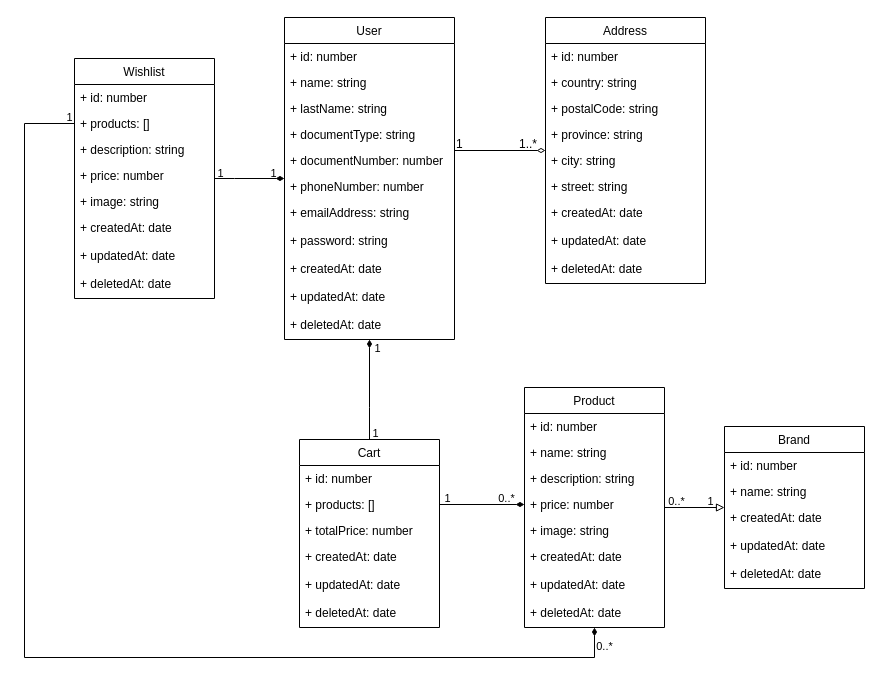
Above: docs/class-diagram.drawio in AlexisToranzoAR/e-commerce (draw.io), before the change. Source tidied: cells renumbered, new cells numbered last; positions are measured from the earlier drawing's top-left corner, leaving out a move shared by most shapes. Both pictures are drawn from the tidied source at 100%, with x=0, y=0 at pixel (24, 17).
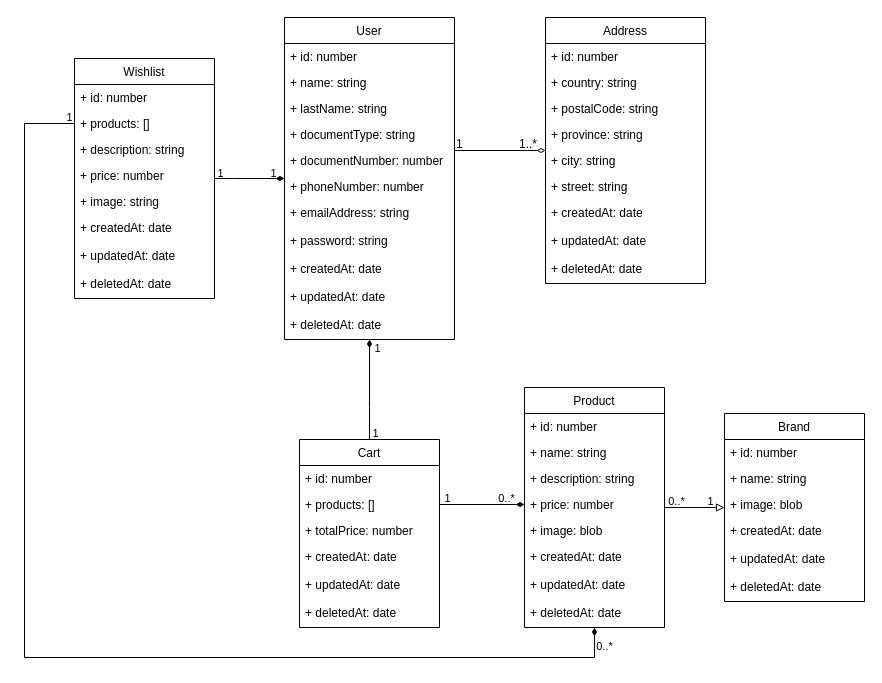
After the change.

Unchanged cells that the change refers to:
```xml
<mxCell id="45" value="Product" style="swimlane;fontStyle=0;horizontal=1;startSize=26;fillColor=none;" parent="1" vertex="1">
  <mxGeometry x="500" y="370" width="140" height="240" as="geometry" />
</mxCell>
```

Change to the diagram source:
```diff
@@
     <mxCell id="33" value="Brand" style="swimlane;fontStyle=0;horizontal=1;startSize=26;fillColor=none;" parent="1" vertex="1">
-      <mxGeometry x="700" y="409" width="140" height="162" as="geometry" />
+      <mxGeometry x="700" y="396" width="140" height="188" as="geometry" />
     </mxCell>
@@
+    <mxCell id="73" value="+ image: blob" style="text;strokeColor=none;fillColor=none;align=left;verticalAlign=top;spacingLeft=4;spacingRight=4;overflow=hidden;" parent="33" vertex="1">
+      <mxGeometry y="78" width="140" height="26" as="geometry" />
+    </mxCell>
     <mxCell id="36" value="+ createdAt: date" style="text;align=left;verticalAlign=top;spacingLeft=4;spacingRight=4;overflow=hidden;rounded=0;shadow=0;html=0;" parent="33" vertex="1">
-      <mxGeometry y="78" width="140" height="28" as="geometry" />
+      <mxGeometry y="104" width="140" height="28" as="geometry" />
     </mxCell>
     <mxCell id="37" value="+ updatedAt: date" style="text;align=left;verticalAlign=top;spacingLeft=4;spacingRight=4;overflow=hidden;rounded=0;shadow=0;html=0;" parent="33" vertex="1">
-      <mxGeometry y="106" width="140" height="28" as="geometry" />
+      <mxGeometry y="132" width="140" height="28" as="geometry" />
     </mxCell>
     <mxCell id="38" value="+ deletedAt: date" style="text;align=left;verticalAlign=top;spacingLeft=4;spacingRight=4;overflow=hidden;rounded=0;shadow=0;html=0;" parent="33" vertex="1">
-      <mxGeometry y="134" width="140" height="28" as="geometry" />
+      <mxGeometry y="160" width="140" height="28" as="geometry" />
     </mxCell>
@@
-    <mxCell id="50" value="+ image: string&#10;" style="text;strokeColor=none;fillColor=none;align=left;verticalAlign=top;spacingLeft=4;spacingRight=4;overflow=hidden;" parent="45" vertex="1">
+    <mxCell id="50" value="+ image: blob" style="text;strokeColor=none;fillColor=none;align=left;verticalAlign=top;spacingLeft=4;spacingRight=4;overflow=hidden;" parent="45" vertex="1">
       <mxGeometry y="130" width="140" height="26" as="geometry" />
     </mxCell>
```
